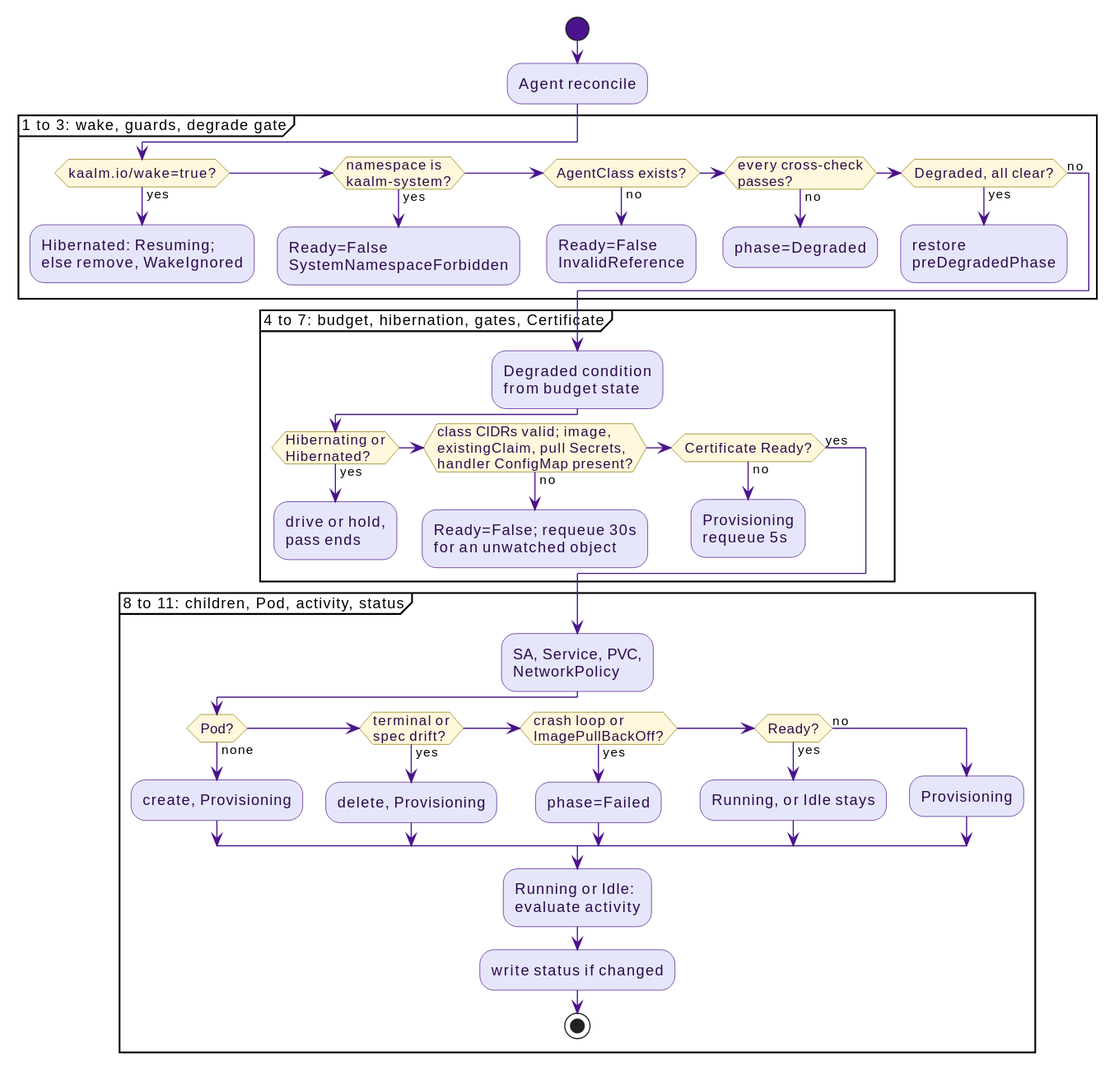
win07xp/kaalm keeps this PlantUML diagram as docs/src/diagrams/agent-reconcile-pass.svg. Above is the earlier version.
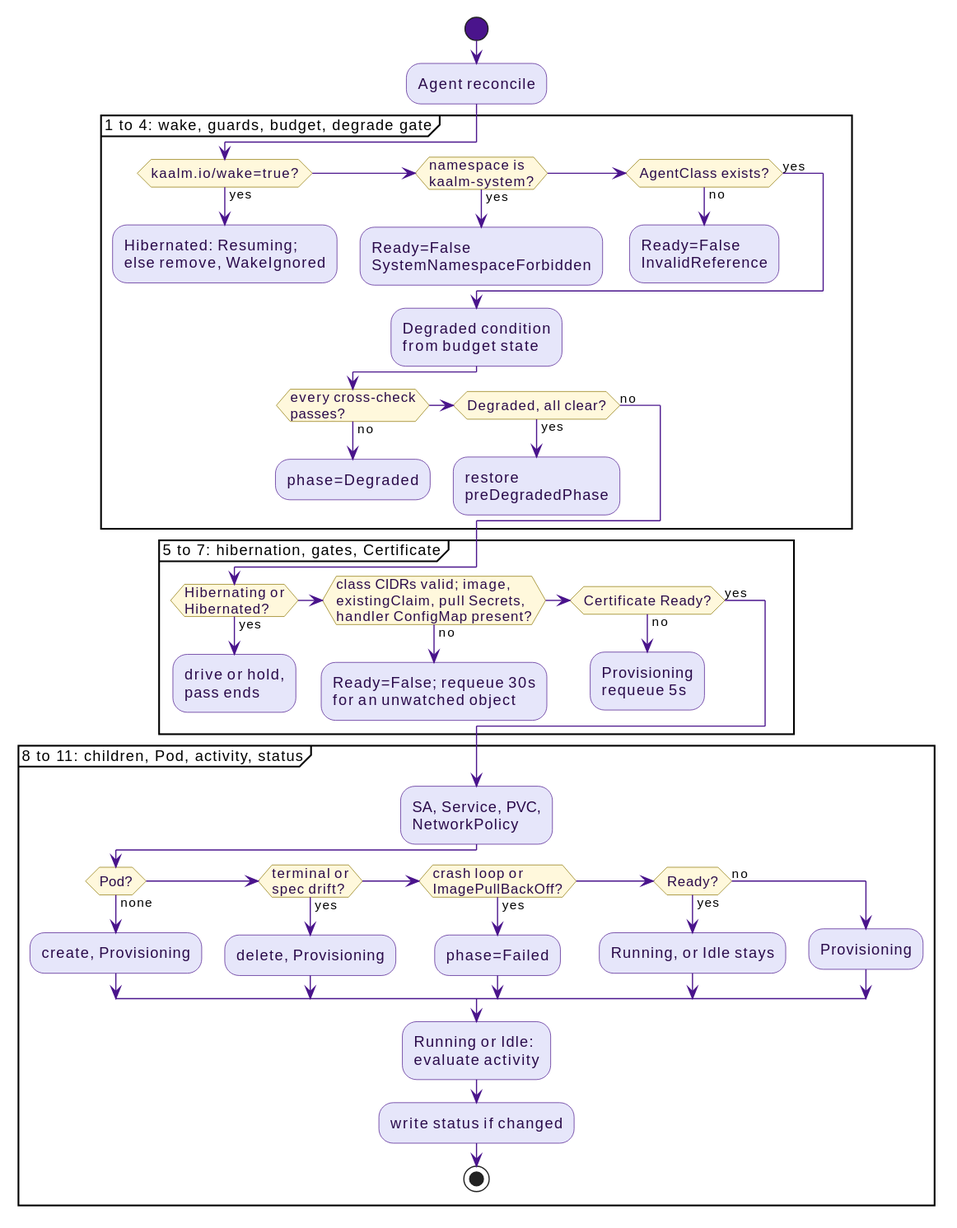
Later version of the same file.

What changed in the source:
```diff
@@ -4,7 +4,7 @@
 start
 :Agent reconcile;
 
-partition "1 to 3: wake, guards, degrade gate" {
+partition "1 to 4: wake, guards, budget, degrade gate" {
   if (kaalm.io/wake=true?) then (yes)
     :Hibernated: Resuming;\nelse remove, WakeIgnored;
     kill
@@ -14,7 +14,10 @@
   elseif (AgentClass exists?) then (no)
     :Ready=False\nInvalidReference;
     kill
-  elseif (every cross-check\npasses?) then (no)
+  else (yes)
+  endif
+  :Degraded condition\nfrom budget state;
+  if (every cross-check\npasses?) then (no)
     :phase=Degraded;
     kill
   elseif (Degraded, all clear?) then (yes)
@@ -24,8 +27,7 @@
   endif
 }
 
-partition "4 to 7: budget, hibernation, gates, Certificate" {
-  :Degraded condition\nfrom budget state;
+partition "5 to 7: hibernation, gates, Certificate" {
   if (Hibernating or\nHibernated?) then (yes)
     :drive or hold,\npass ends;
     kill
```
